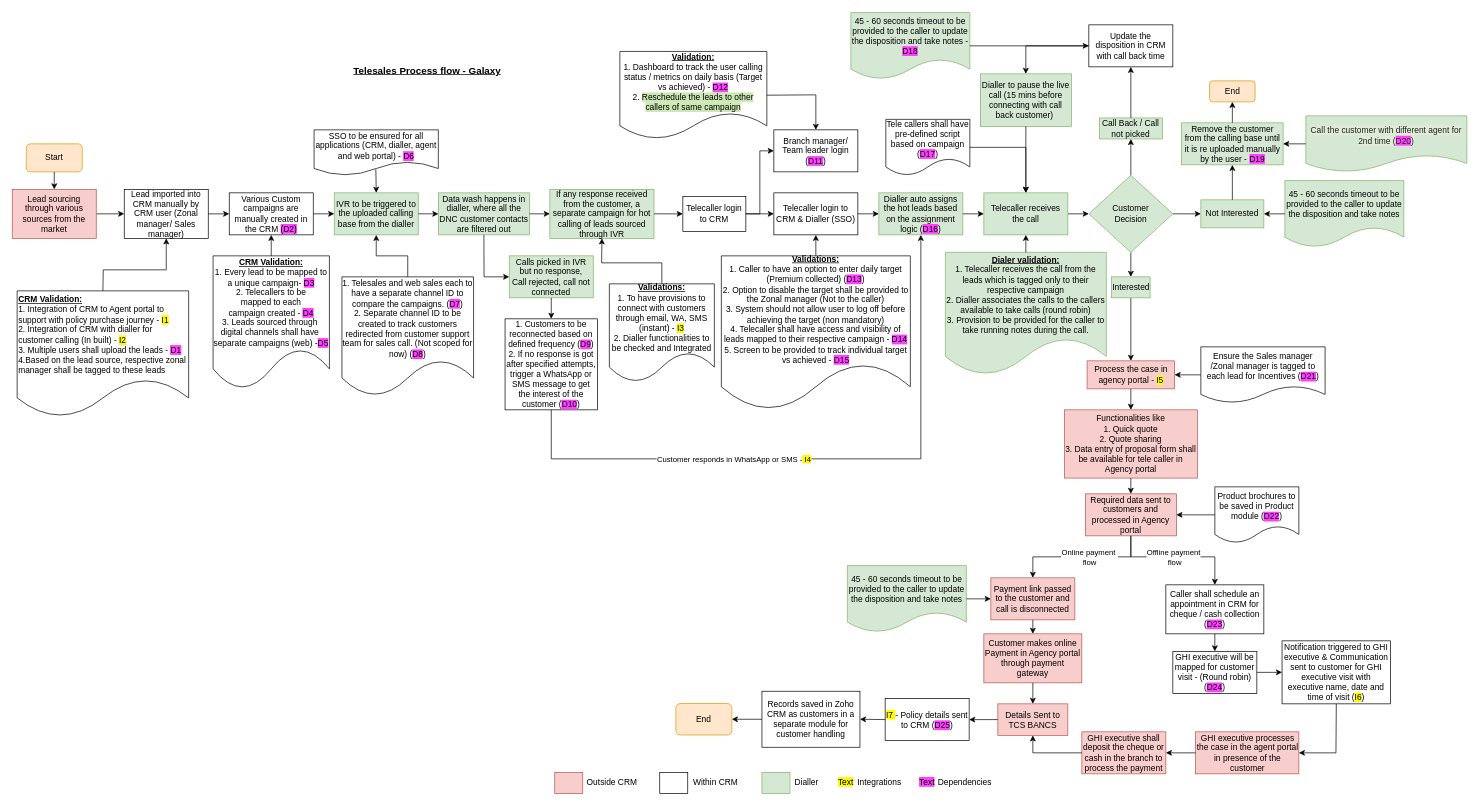
Before: TeleSales.drawio in shaileshsreedar/Galaxy, a draw.io diagram. Source tidied: cells renumbered, new cells numbered last; positions are measured from the earlier drawing's top-left corner, leaving out a move shared by most shapes. Both pictures are drawn from the tidied source at 70%, with x=0, y=0 at pixel (12, 12).
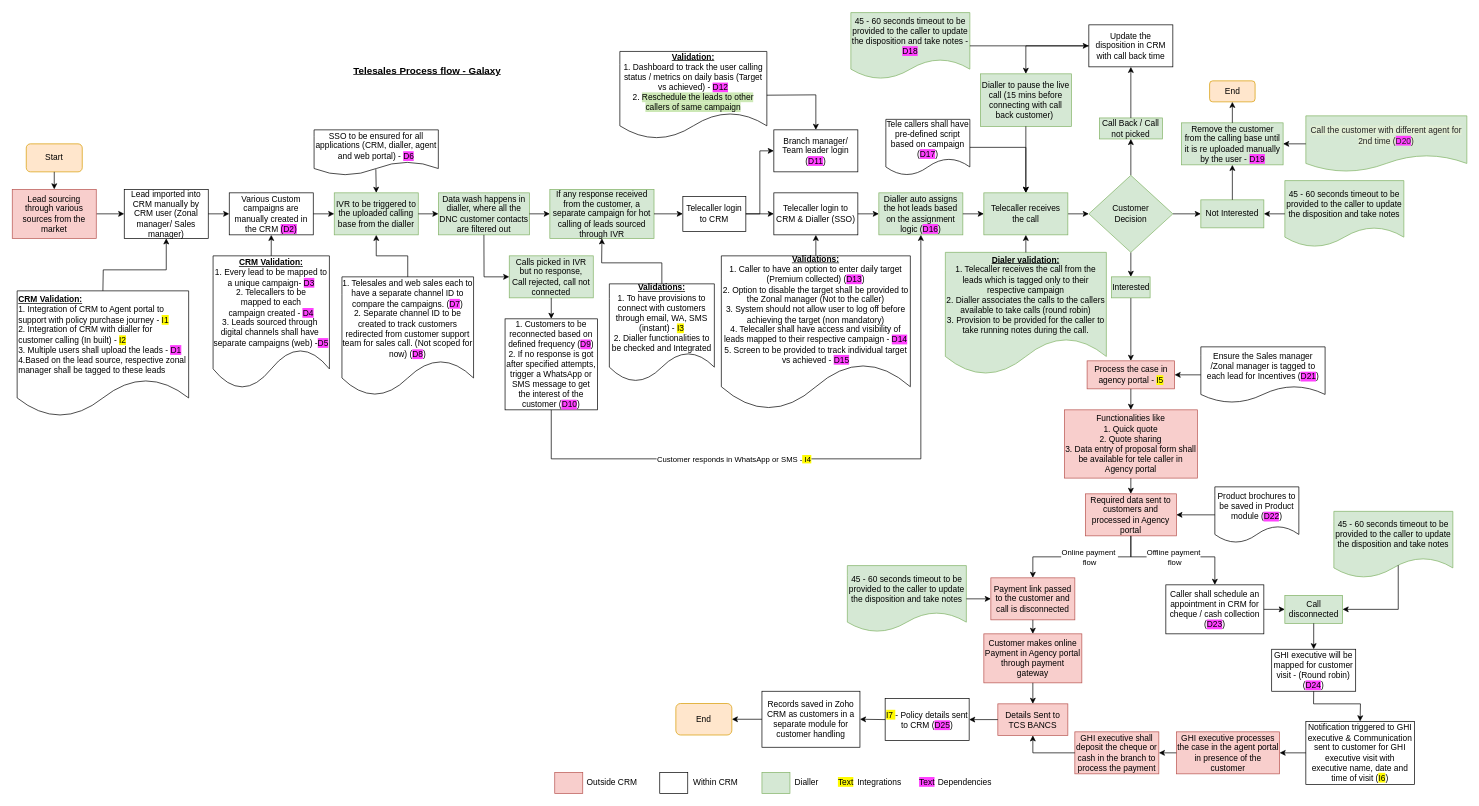
The same page after the edit.

The change refers to these unchanged cells:
```xml
<mxCell id="73" value="Caller shall schedule an appointment in CRM for cheque / cash collection (&lt;span style=&quot;background-color: rgb(255, 64, 255);&quot;&gt;D23&lt;/span&gt;)" style="whiteSpace=wrap;html=1;" parent="1" vertex="1">
  <mxGeometry x="1648" y="818" width="140" height="70" as="geometry" />
</mxCell>
```

What changed in the source:
```diff
@@
     <mxCell id="74" value="GHI executive will be mapped for customer visit - (Round robin)(&lt;span style=&quot;background-color: rgb(255, 64, 255);&quot;&gt;D24&lt;/span&gt;)" style="rounded=0;whiteSpace=wrap;html=1;" parent="1" vertex="1">
-      <mxGeometry x="1658" y="913" width="120" height="60" as="geometry" />
+      <mxGeometry x="1799.2" y="910" width="120" height="60" as="geometry" />
     </mxCell>
     <mxCell id="75" value="Notification triggered to GHI executive &amp;amp; Communication sent to customer for GHI executive visit with executive name, date and time of visit (&lt;span style=&quot;background-color: rgb(255, 251, 0);&quot;&gt;I6&lt;/span&gt;)" style="rounded=0;whiteSpace=wrap;html=1;" parent="1" vertex="1">
-      <mxGeometry x="1814" y="898" width="155" height="90" as="geometry" />
+      <mxGeometry x="1848" y="1013" width="155" height="90" as="geometry" />
     </mxCell>
@@
-    <mxCell id="78" style="endArrow=classic;html=1;rounded=0;exitX=0.5;exitY=1;exitDx=0;exitDy=0;entryX=0.5;entryY=0;entryDx=0;entryDy=0;" parent="1" edge="1" source="73" target="74">
+    <mxCell id="78" style="endArrow=classic;html=1;rounded=0;exitX=1;exitY=0.5;exitDx=0;exitDy=0;entryX=0;entryY=0.5;entryDx=0;entryDy=0;" parent="1" edge="1" source="73" target="120">
       <mxGeometry relative="1" as="geometry" />
     </mxCell>
-    <mxCell id="79" style="endArrow=classic;html=1;rounded=0;exitX=1;exitY=0.5;exitDx=0;exitDy=0;" parent="1" edge="1" source="74" target="75">
-      <mxGeometry relative="1" as="geometry" />
+    <mxCell id="79" style="endArrow=classic;html=1;rounded=0;exitX=0.5;exitY=1;exitDx=0;exitDy=0;entryX=0.5;entryY=0;entryDx=0;entryDy=0;" parent="1" edge="1" source="74" target="75">
+      <mxGeometry relative="1" as="geometry">
+        <Array as="points">
+          <mxPoint x="1859" y="988" />
+          <mxPoint x="1926" y="988" />
+        </Array>
+      </mxGeometry>
     </mxCell>
     <mxCell id="80" value="GHI executive processes the case in the agent portal in presence of the customer" style="rounded=0;whiteSpace=wrap;html=1;fillColor=#f8cecc;strokeColor=#b85450;" parent="1" vertex="1">
-      <mxGeometry x="1690.5" y="1028" width="147.5" height="60" as="geometry" />
+      <mxGeometry x="1663" y="1028" width="147.5" height="60" as="geometry" />
     </mxCell>
     <mxCell id="81" value="GHI executive shall deposit the cheque or cash in the branch to process the payment" style="rounded=0;whiteSpace=wrap;html=1;fillColor=#f8cecc;strokeColor=#b85450;" parent="1" vertex="1">
-      <mxGeometry x="1528" y="1028" width="120" height="60" as="geometry" />
+      <mxGeometry x="1518" y="1028" width="120" height="60" as="geometry" />
     </mxCell>
-    <mxCell id="82" style="endArrow=classic;html=1;rounded=0;exitX=0.5;exitY=1;exitDx=0;exitDy=0;entryX=1;entryY=0.5;entryDx=0;entryDy=0;" parent="1" edge="1" source="75" target="80">
-      <mxGeometry relative="1" as="geometry">
-        <Array as="points">
-          <mxPoint x="1891" y="1058" />
-        </Array>
-      </mxGeometry>
-    </mxCell>
@@
+    <mxCell id="120" value="Call disconnected" style="rounded=0;whiteSpace=wrap;html=1;fillColor=#d5e8d4;strokeColor=#82b366;" parent="1" vertex="1">
+      <mxGeometry x="1818" y="833" width="82.5" height="40" as="geometry" />
+    </mxCell>
+    <mxCell id="121" value="45 - 60 seconds timeout to be provided to the caller to update the disposition and take notes" style="shape=document;whiteSpace=wrap;html=1;boundedLbl=1;fillColor=#d5e8d4;strokeColor=#82b366;" parent="1" vertex="1">
+      <mxGeometry x="1888" y="713" width="170" height="95" as="geometry" />
+    </mxCell>
+    <mxCell id="122" style="endArrow=classic;html=1;rounded=0;exitX=0.541;exitY=0.811;exitDx=0;exitDy=0;exitPerimeter=0;entryX=1;entryY=0.5;entryDx=0;entryDy=0;" parent="1" edge="1" source="121" target="120">
+      <mxGeometry relative="1" as="geometry">
+        <Array as="points">
+          <mxPoint x="1980" y="853" />
+        </Array>
+      </mxGeometry>
+    </mxCell>
+    <mxCell id="123" style="endArrow=classic;html=1;rounded=0;exitX=0.5;exitY=1;exitDx=0;exitDy=0;entryX=0.5;entryY=0;entryDx=0;entryDy=0;" parent="1" edge="1" source="120" target="74">
+      <mxGeometry relative="1" as="geometry" />
+    </mxCell>
+    <mxCell id="82" style="endArrow=classic;html=1;rounded=0;exitX=0;exitY=0.5;exitDx=0;exitDy=0;entryX=1;entryY=0.5;entryDx=0;entryDy=0;" parent="1" edge="1" source="75" target="80">
+      <mxGeometry relative="1" as="geometry" />
+    </mxCell>
```
